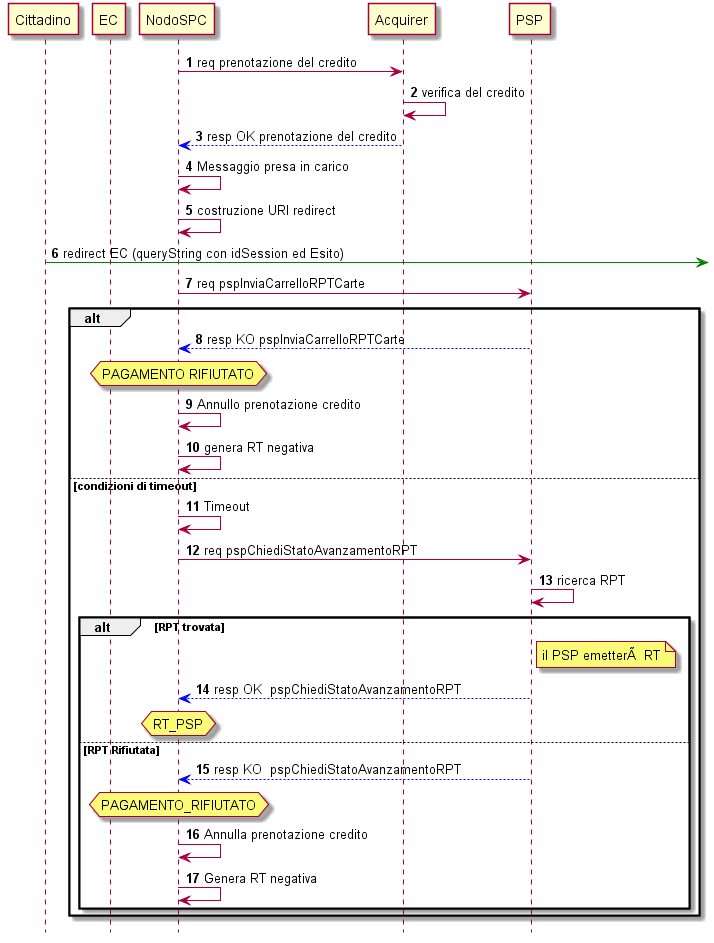
Above: diagrams/sdd_err_contabilizzazione.png in gammam/tst-myFirstPrj (PlantUML), before the change.
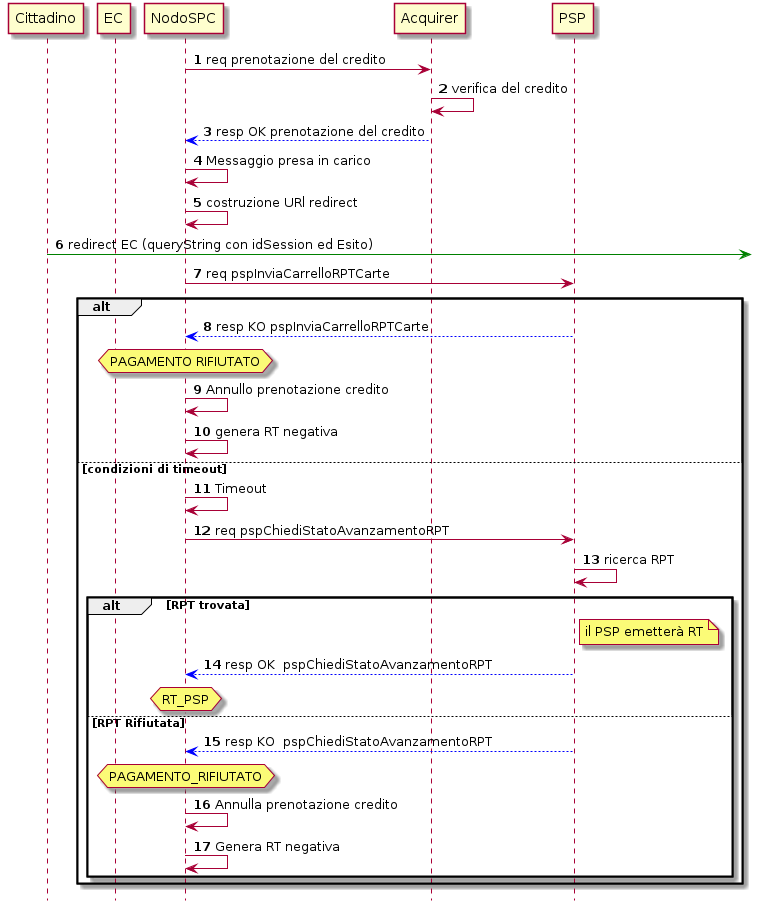
The same diagram one commit later.

Diff of the diagram source:
```diff
@@ -33,7 +33,7 @@
 PSP -> PSP : ricerca RPT
 
     alt RPT trovata
-    note right PSP : il PSP emetterÃ  RT
+    note right PSP : il PSP emetterà RT
     PSP -[#blue]-> NodoSPC : resp OK  pspChiediStatoAvanzamentoRPT
     hnote over NodoSPC : RT_PSP
     else RPT Rifiutata
```
